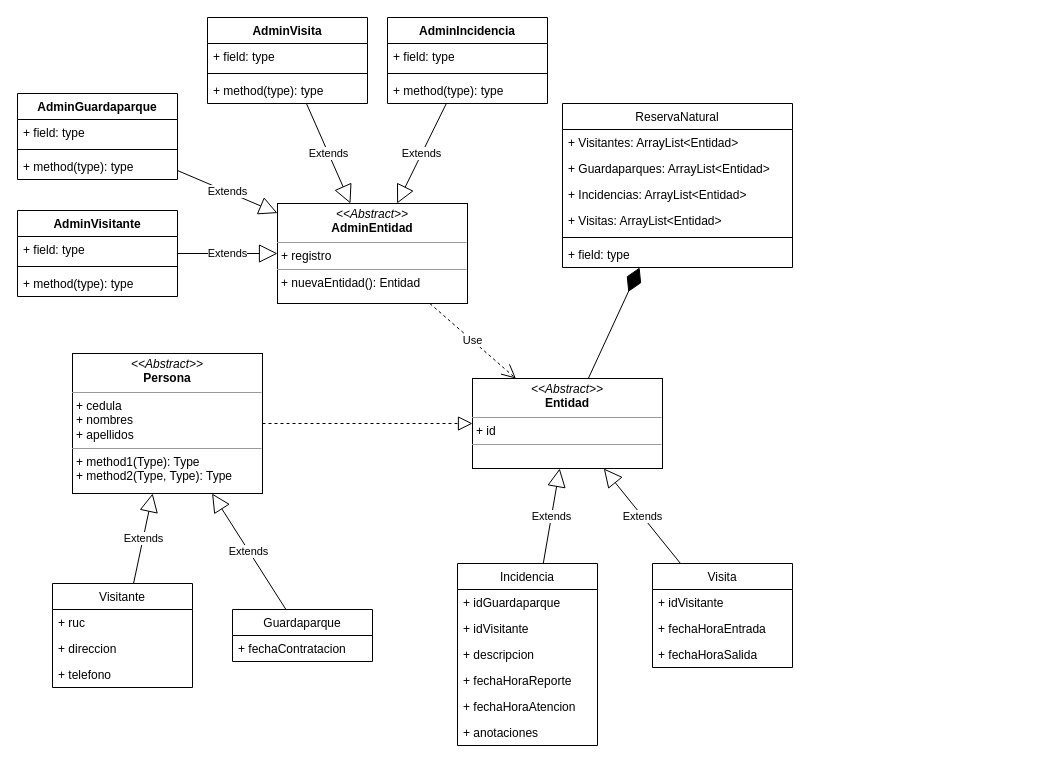
The draw.io diagram page "Page-1" (1 of 2) of solucion.drawio in leninrkb/ReservaNatural, before the edit. Source tidied: cells renumbered, new cells numbered last; positions are measured from the earlier drawing's top-left corner, leaving out a move shared by most shapes. Both pictures are drawn from the tidied source at 100%, with x=0, y=0 at pixel (17, 17).
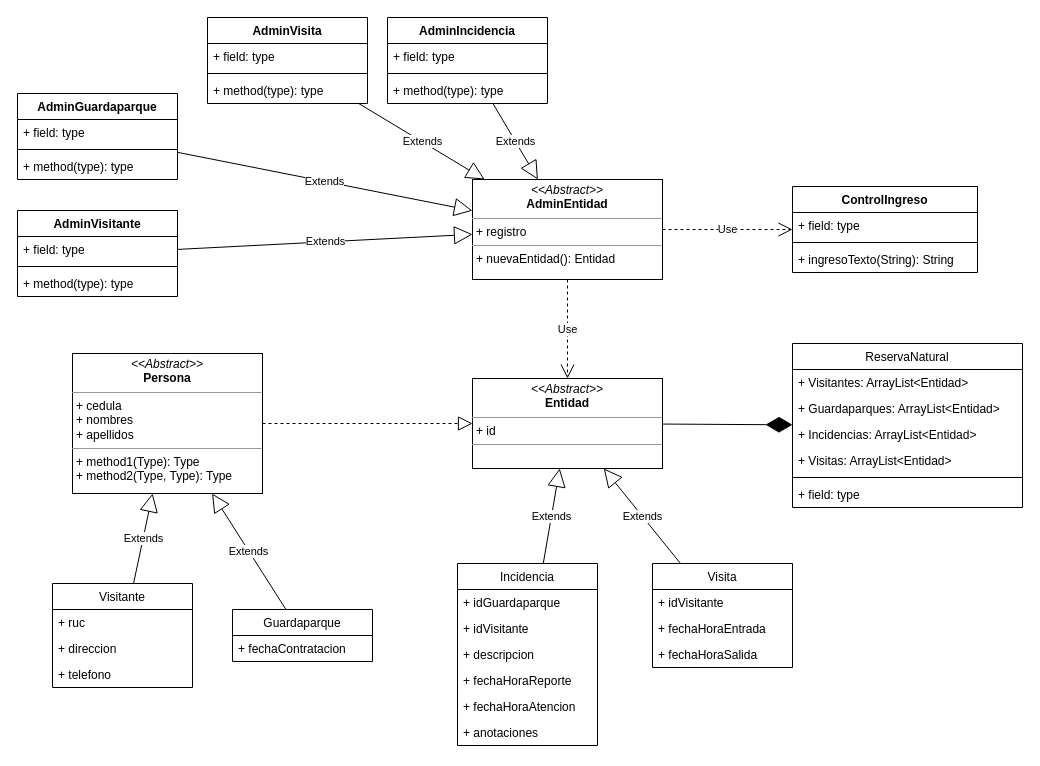
The same page after the edit.

Change to the diagram source:
```diff
@@
     <mxCell id="28" value="ReservaNatural" style="swimlane;fontStyle=0;horizontal=1;startSize=26;fillColor=none;" parent="1" vertex="1">
-      <mxGeometry x="545" y="86" width="230" height="164" as="geometry" />
+      <mxGeometry x="775" y="326" width="230" height="164" as="geometry" />
     </mxCell>
@@
     <mxCell id="35" value="&lt;p style=&quot;margin:0px;margin-top:4px;text-align:center;&quot;&gt;&lt;i&gt;&amp;lt;&amp;lt;Abstract&amp;gt;&amp;gt;&lt;/i&gt;&lt;br&gt;&lt;b&gt;AdminEntidad&lt;/b&gt;&lt;/p&gt;&lt;hr size=&quot;1&quot;&gt;&lt;p style=&quot;margin:0px;margin-left:4px;&quot;&gt;+ registro&lt;br&gt;&lt;/p&gt;&lt;hr size=&quot;1&quot;&gt;&lt;p style=&quot;margin:0px;margin-left:4px;&quot;&gt;+ nuevaEntidad(): Entidad&lt;/p&gt;" style="verticalAlign=top;align=left;overflow=fill;fontSize=12;fontFamily=Helvetica;html=1;" parent="1" vertex="1">
-      <mxGeometry x="260" y="186" width="190" height="100" as="geometry" />
+      <mxGeometry x="455" y="162" width="190" height="100" as="geometry" />
     </mxCell>
@@
+    <mxCell id="56" value="ControlIngreso" style="swimlane;fontStyle=1;align=center;verticalAlign=top;horizontal=1;startSize=26;" parent="1" vertex="1">
+      <mxGeometry x="775" y="169" width="185" height="86" as="geometry" />
+    </mxCell>
+    <mxCell id="57" value="+ field: type" style="text;strokeColor=none;fillColor=none;align=left;verticalAlign=top;spacingLeft=4;spacingRight=4;overflow=hidden;" parent="56" vertex="1">
+      <mxGeometry y="26" width="185" height="26" as="geometry" />
+    </mxCell>
+    <mxCell id="58" style="line;strokeWidth=1;fillColor=none;align=left;verticalAlign=middle;spacingTop=-1;spacingLeft=3;spacingRight=3;labelPosition=right;strokeColor=inherit;" parent="56" vertex="1">
+      <mxGeometry y="52" width="185" height="8" as="geometry" />
+    </mxCell>
+    <mxCell id="59" value="+ ingresoTexto(String): String" style="text;strokeColor=none;fillColor=none;align=left;verticalAlign=top;spacingLeft=4;spacingRight=4;overflow=hidden;" parent="56" vertex="1">
+      <mxGeometry y="60" width="185" height="26" as="geometry" />
+    </mxCell>
+    <mxCell id="60" value="Use" style="endArrow=open;endSize=12;dashed=1;html=1;" parent="1" edge="1" source="35" target="56">
+      <mxGeometry relative="1" as="geometry" />
+    </mxCell>
```
